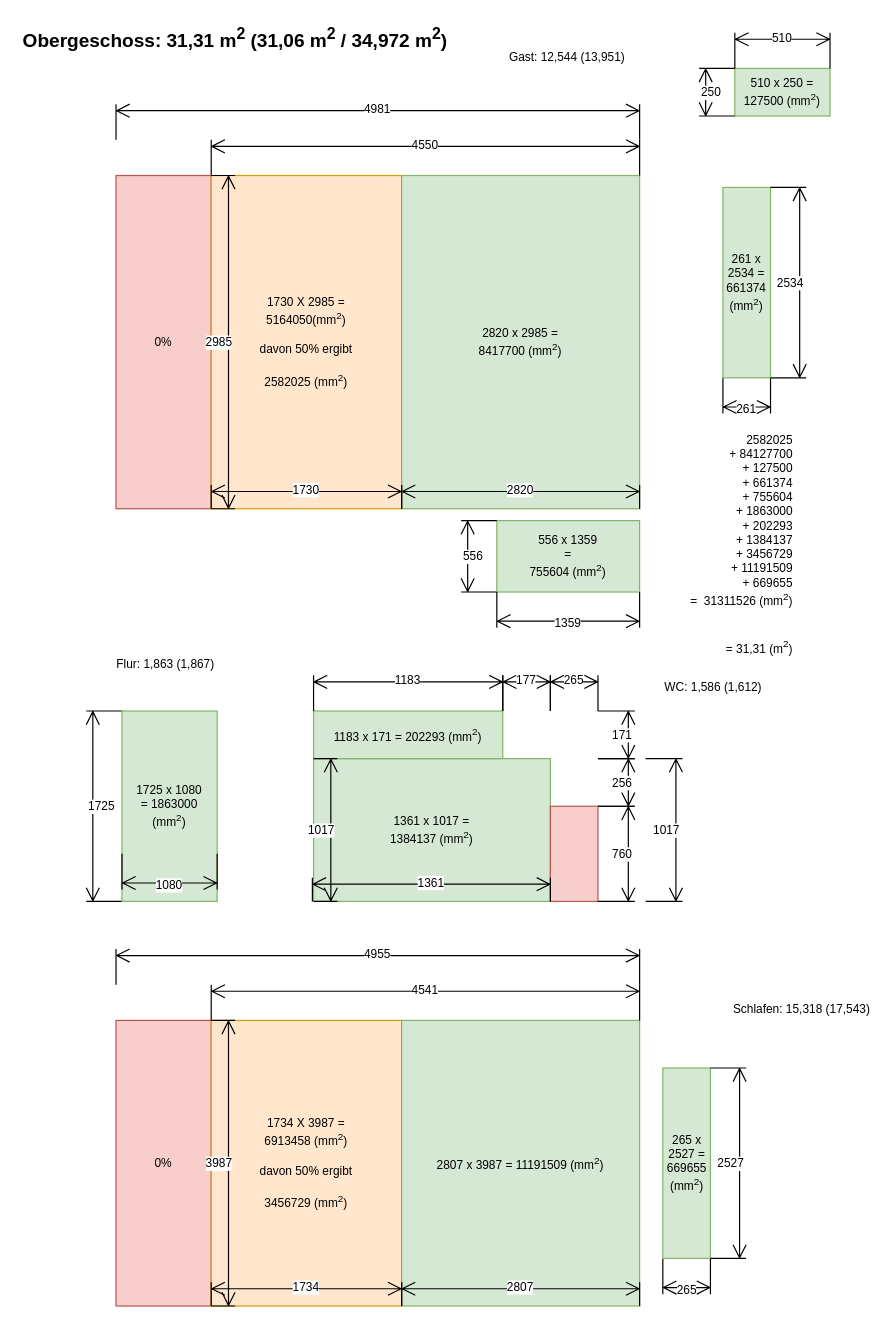
Earlier version of the draw.io diagram page "Obergeschoss (Alt)" (3 of 4) of ruderzimmer.drawio (episcopus2001/wohnflaeche). Source tidied: cells renumbered, new cells numbered last; positions are measured from the earlier drawing's top-left corner, leaving out a move shared by most shapes. Both pictures are drawn from the tidied source at 119%, with x=0, y=0 at pixel (20, 20).
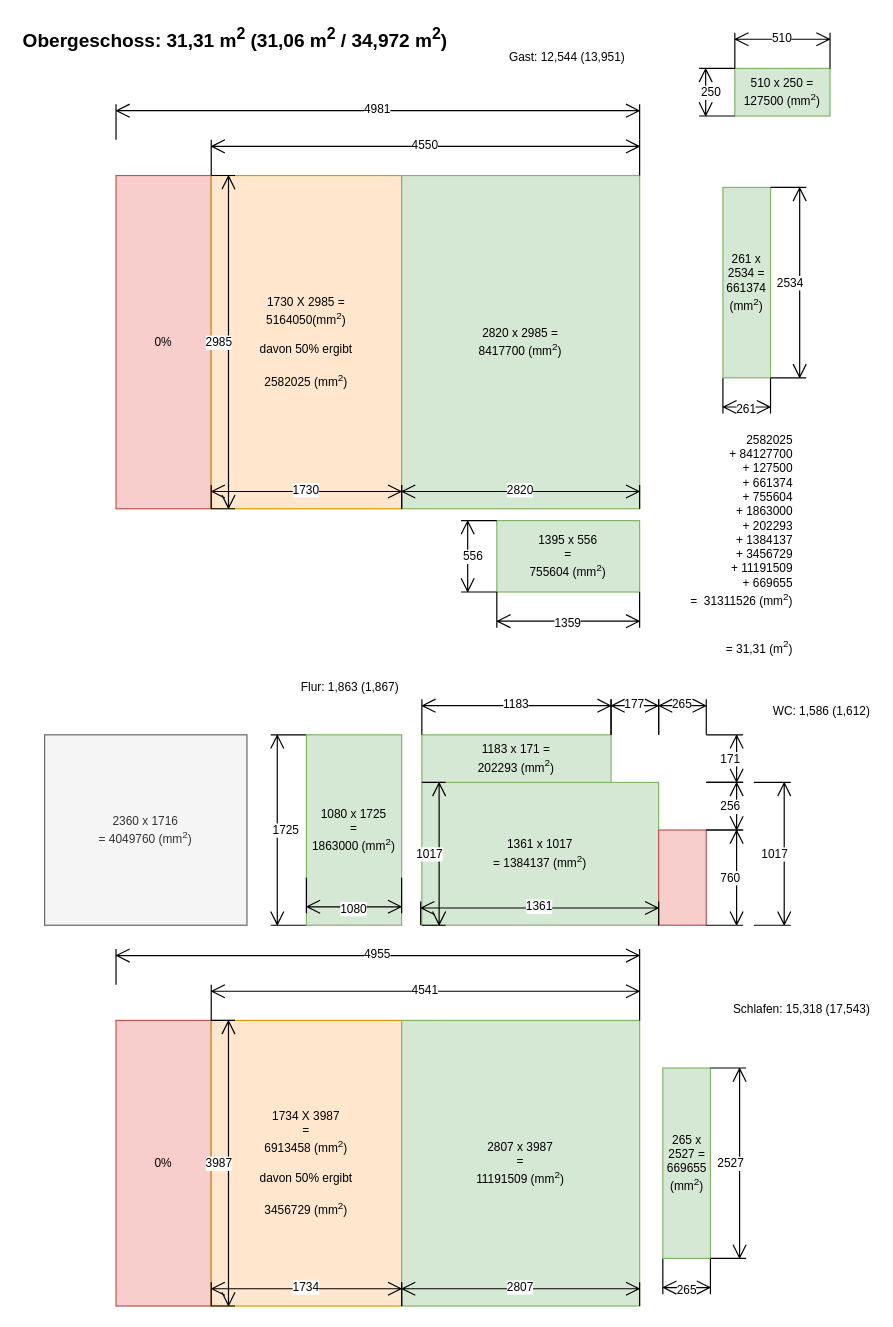
Above is the later version.

Change to the diagram source:
```diff
@@
-    <mxCell id="7" value="1734 X 3987 =&lt;br&gt;6913458 (mm&lt;sup&gt;2&lt;/sup&gt;) &lt;br&gt;&lt;br&gt;&lt;div&gt;davon 50% ergibt&lt;/div&gt;&lt;div&gt;&lt;br&gt;&lt;/div&gt;&lt;div&gt;3456729 (mm&lt;sup&gt;2&lt;/sup&gt;)&lt;/div&gt;" style="rounded=0;whiteSpace=wrap;html=1;fillColor=#ffe6cc;strokeColor=#d79b00;fontSize=10;" parent="1" vertex="1">
+    <mxCell id="7" value="1734 X 3987&lt;br&gt;=&lt;br&gt;6913458 (mm&lt;sup&gt;2&lt;/sup&gt;) &lt;br&gt;&lt;br&gt;&lt;div&gt;davon 50% ergibt&lt;/div&gt;&lt;div&gt;&lt;br&gt;&lt;/div&gt;&lt;div&gt;3456729 (mm&lt;sup&gt;2&lt;/sup&gt;)&lt;/div&gt;" style="rounded=0;whiteSpace=wrap;html=1;fillColor=#ffe6cc;strokeColor=#d79b00;fontSize=10;" parent="1" vertex="1">
       <mxGeometry x="160" y="840" width="160" height="240" as="geometry" />
     </mxCell>
-    <mxCell id="8" value="2807 x 3987 = 11191509 (mm&lt;sup&gt;2&lt;/sup&gt;)" style="rounded=0;whiteSpace=wrap;html=1;fillColor=#d5e8d4;strokeColor=#82b366;fontSize=10;" parent="1" vertex="1">
+    <mxCell id="8" value="2807 x 3987&lt;br&gt;=&lt;br&gt;11191509 (mm&lt;sup&gt;2&lt;/sup&gt;)" style="rounded=0;whiteSpace=wrap;html=1;fillColor=#d5e8d4;strokeColor=#82b366;fontSize=10;" parent="1" vertex="1">
       <mxGeometry x="320" y="840" width="200" height="240" as="geometry" />
     </mxCell>
@@
     <mxCell id="16" value="1725" style="shape=dimension;direction=south;whiteSpace=wrap;html=1;align=left;verticalAlign=middle;labelBackgroundColor=#ffffff;fontSize=10;" parent="1" vertex="1">
-      <mxGeometry x="55" y="580" width="30" height="160" as="geometry" />
+      <mxGeometry x="210" y="600" width="30" height="160" as="geometry" />
     </mxCell>
-    <mxCell id="17" value="1725 x 1080&lt;br&gt;= 1863000 (mm&lt;sup&gt;2&lt;/sup&gt;)" style="rounded=0;whiteSpace=wrap;html=1;fillColor=#d5e8d4;strokeColor=#82b366;fontSize=10;" parent="1" vertex="1">
-      <mxGeometry x="85" y="580" width="80" height="160" as="geometry" />
+    <mxCell id="17" value="1080 x 1725&lt;br&gt;=&lt;br&gt;1863000 (mm&lt;sup&gt;2&lt;/sup&gt;)" style="rounded=0;whiteSpace=wrap;html=1;fillColor=#d5e8d4;strokeColor=#82b366;fontSize=10;" parent="1" vertex="1">
+      <mxGeometry x="240" y="600" width="80" height="160" as="geometry" />
     </mxCell>
     <mxCell id="18" value="1080" style="shape=dimension;whiteSpace=wrap;html=1;align=center;verticalAlign=bottom;spacingBottom=-5;labelBackgroundColor=#ffffff;fontSize=10;" parent="1" vertex="1">
-      <mxGeometry x="85" y="700" width="80" height="30" as="geometry" />
+      <mxGeometry x="240" y="720" width="80" height="30" as="geometry" />
     </mxCell>
-    <mxCell id="19" value="1361 x 1017 =&lt;br&gt;1384137  (mm&lt;sup&gt;2&lt;/sup&gt;)" style="rounded=0;whiteSpace=wrap;html=1;fillColor=#d5e8d4;strokeColor=#82b366;fontSize=10;" parent="1" vertex="1">
-      <mxGeometry x="246" y="620" width="199" height="120" as="geometry" />
+    <mxCell id="19" value="1361 x 1017&lt;br&gt;= 1384137  (mm&lt;sup&gt;2&lt;/sup&gt;)" style="rounded=0;whiteSpace=wrap;html=1;fillColor=#d5e8d4;strokeColor=#82b366;fontSize=10;" parent="1" vertex="1">
+      <mxGeometry x="337" y="640" width="199" height="120" as="geometry" />
     </mxCell>
-    <mxCell id="20" value="1183 x 171 = 202293 (mm&lt;sup&gt;2&lt;/sup&gt;)" style="rounded=0;whiteSpace=wrap;html=1;fillColor=#d5e8d4;strokeColor=#82b366;fontSize=10;" parent="1" vertex="1">
-      <mxGeometry x="246" y="580" width="159" height="40" as="geometry" />
+    <mxCell id="20" value="1183 x 171 =&lt;br&gt;202293 (mm&lt;sup&gt;2&lt;/sup&gt;)" style="rounded=0;whiteSpace=wrap;html=1;fillColor=#d5e8d4;strokeColor=#82b366;fontSize=10;" parent="1" vertex="1">
+      <mxGeometry x="337" y="600" width="159" height="40" as="geometry" />
     </mxCell>
     <mxCell id="21" style="rounded=0;whiteSpace=wrap;html=1;fillColor=#f8cecc;strokeColor=#b85450;fontSize=10;" parent="1" vertex="1">
-      <mxGeometry x="445" y="660" width="40" height="80" as="geometry" />
+      <mxGeometry x="536" y="680" width="40" height="80" as="geometry" />
     </mxCell>
     <mxCell id="22" value="171" style="shape=dimension;direction=north;whiteSpace=wrap;html=1;align=right;verticalAlign=middle;labelBackgroundColor=#ffffff;fontSize=10;" parent="1" vertex="1">
-      <mxGeometry x="485" y="580" width="31" height="40" as="geometry" />
+      <mxGeometry x="576" y="600" width="31" height="40" as="geometry" />
     </mxCell>
     <mxCell id="23" value="256" style="shape=dimension;direction=north;whiteSpace=wrap;html=1;align=right;verticalAlign=middle;labelBackgroundColor=#ffffff;fontSize=10;" parent="1" vertex="1">
-      <mxGeometry x="485" y="620" width="31" height="40" as="geometry" />
+      <mxGeometry x="576" y="640" width="31" height="40" as="geometry" />
     </mxCell>
     <mxCell id="24" value="760" style="shape=dimension;direction=north;whiteSpace=wrap;html=1;align=right;verticalAlign=middle;labelBackgroundColor=#ffffff;fontSize=10;" parent="1" vertex="1">
-      <mxGeometry x="485" y="660" width="31" height="80" as="geometry" />
+      <mxGeometry x="576" y="680" width="31" height="80" as="geometry" />
     </mxCell>
     <mxCell id="25" value="1183" style="shape=dimension;direction=west;whiteSpace=wrap;html=1;align=center;verticalAlign=top;spacingTop=-8;labelBackgroundColor=#ffffff;fontSize=10;" parent="1" vertex="1">
-      <mxGeometry x="246" y="550" width="159" height="30" as="geometry" />
+      <mxGeometry x="337" y="570" width="159" height="30" as="geometry" />
     </mxCell>
     <mxCell id="26" value="177" style="shape=dimension;direction=west;whiteSpace=wrap;html=1;align=center;verticalAlign=top;spacingTop=-8;labelBackgroundColor=#ffffff;fontSize=10;" parent="1" vertex="1">
-      <mxGeometry x="405" y="550" width="40" height="30" as="geometry" />
+      <mxGeometry x="496" y="570" width="40" height="30" as="geometry" />
     </mxCell>
     <mxCell id="27" value="265" style="shape=dimension;direction=west;whiteSpace=wrap;html=1;align=center;verticalAlign=top;spacingTop=-8;labelBackgroundColor=#ffffff;fontSize=10;" parent="1" vertex="1">
-      <mxGeometry x="445" y="550" width="40" height="30" as="geometry" />
+      <mxGeometry x="536" y="570" width="40" height="30" as="geometry" />
     </mxCell>
     <mxCell id="28" value="1017" style="shape=dimension;direction=north;whiteSpace=wrap;html=1;align=right;verticalAlign=middle;labelBackgroundColor=#ffffff;fontSize=10;" parent="1" vertex="1">
-      <mxGeometry x="525" y="620" width="31" height="120" as="geometry" />
+      <mxGeometry x="616" y="640" width="31" height="120" as="geometry" />
     </mxCell>
@@
-    <mxCell id="31" value="556 x 1359&lt;br&gt;=&lt;br&gt;755604 (mm&lt;sup&gt;2&lt;/sup&gt;)" style="rounded=0;whiteSpace=wrap;html=1;fillColor=#d5e8d4;strokeColor=#82b366;fontSize=10;" parent="1" vertex="1">
+    <mxCell id="31" value="1395 x 556&lt;br&gt;=&lt;br&gt;755604 (mm&lt;sup&gt;2&lt;/sup&gt;)" style="rounded=0;whiteSpace=wrap;html=1;fillColor=#d5e8d4;strokeColor=#82b366;fontSize=10;" parent="1" vertex="1">
       <mxGeometry x="400" y="420" width="120" height="60" as="geometry" />
     </mxCell>
@@
     <mxCell id="42" value="1017" style="shape=dimension;direction=north;whiteSpace=wrap;html=1;align=right;verticalAlign=middle;labelBackgroundColor=#ffffff;fontSize=10;" parent="1" vertex="1">
-      <mxGeometry x="246" y="620" width="20" height="120" as="geometry" />
+      <mxGeometry x="337" y="640" width="20" height="120" as="geometry" />
     </mxCell>
     <mxCell id="43" value="1361" style="shape=dimension;direction=west;whiteSpace=wrap;html=1;align=center;verticalAlign=top;spacingTop=-8;labelBackgroundColor=#ffffff;fontSize=10;" parent="1" vertex="1">
-      <mxGeometry x="245" y="720" width="200" height="20" as="geometry" />
+      <mxGeometry x="336" y="740" width="200" height="20" as="geometry" />
     </mxCell>
     <mxCell id="44" value="WC: 1,586 (1,612)" style="text;html=1;strokeColor=none;fillColor=none;align=right;verticalAlign=middle;whiteSpace=wrap;rounded=0;fontSize=10;fontColor=none;" parent="1" vertex="1">
-      <mxGeometry x="525" y="540" width="100" height="40" as="geometry" />
+      <mxGeometry x="616" y="560" width="100" height="40" as="geometry" />
     </mxCell>
     <mxCell id="45" value="Flur: 1,863 (1,867)" style="text;html=1;strokeColor=none;fillColor=none;align=right;verticalAlign=middle;whiteSpace=wrap;rounded=0;fontSize=10;fontColor=none;" parent="1" vertex="1">
-      <mxGeometry x="65" y="520" width="100" height="40" as="geometry" />
+      <mxGeometry x="220" y="540" width="100" height="40" as="geometry" />
     </mxCell>
@@
+    <mxCell id="51" value="2360 x 1716&lt;br&gt;= 4049760 (mm&lt;sup&gt;2&lt;/sup&gt;)" style="rounded=0;whiteSpace=wrap;html=1;fillColor=#f5f5f5;strokeColor=#666666;fontSize=10;fontColor=#333333;" parent="1" vertex="1">
+      <mxGeometry x="20" y="600" width="170" height="160" as="geometry" />
+    </mxCell>
```
